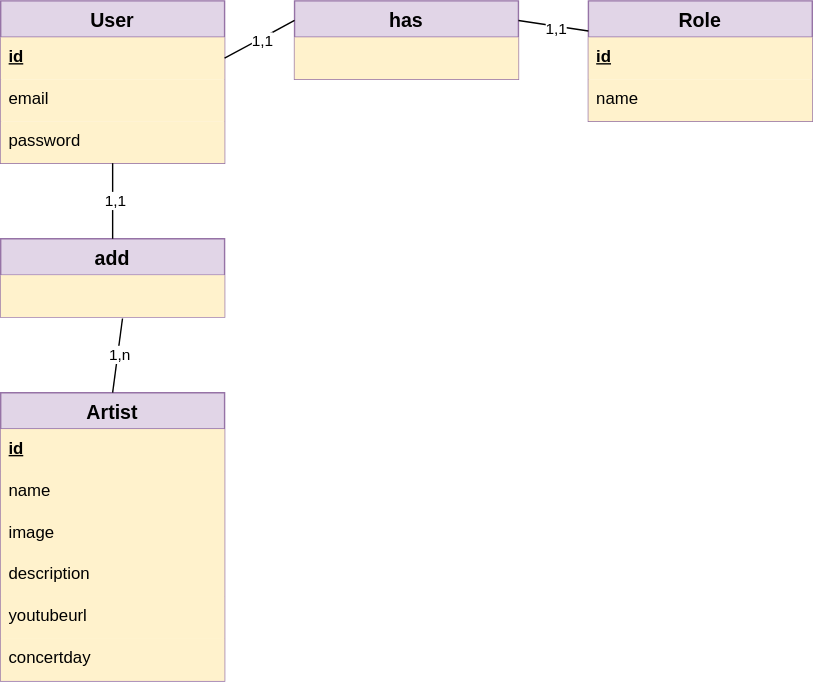
This is code/merise/MCD.drawio.svg from AwadAhmedDev/solidays_app, a draw.io export, as it was before one commit. Source tidied: cells renumbered, new cells last; positions are measured from the earlier drawing's top-left corner, leaving out a move shared by most shapes. The source it was exported from:
```xml
<mxGraphModel>
  <root>
    <mxCell id="0" />
    <mxCell id="1" parent="0" />
    <mxCell id="2" value="User" style="swimlane;fontStyle=1;horizontal=1;startSize=26;align=center;fontSize=14;fillColor=#e1d5e7;strokeColor=#9673a6;" parent="1" vertex="1">
      <mxGeometry width="160" height="116" as="geometry" />
    </mxCell>
    <mxCell id="3" value="&lt;b&gt;&lt;u&gt;id&lt;/u&gt;&lt;/b&gt;" style="text;strokeColor=none;fillColor=#fff2cc;spacingLeft=4;spacingRight=4;overflow=hidden;points=[[0,0.5],[1,0.5]];portConstraint=eastwest;fontSize=12;whiteSpace=wrap;html=1;" parent="2" vertex="1">
      <mxGeometry y="26" width="160" height="30" as="geometry" />
    </mxCell>
    <mxCell id="4" value="email" style="text;strokeColor=none;fillColor=#fff2cc;spacingLeft=4;spacingRight=4;overflow=hidden;fontSize=12;whiteSpace=wrap;html=1;" parent="2" vertex="1">
      <mxGeometry y="56" width="160" height="30" as="geometry" />
    </mxCell>
    <mxCell id="5" value="password" style="text;strokeColor=none;fillColor=#fff2cc;spacingLeft=4;spacingRight=4;overflow=hidden;fontSize=12;whiteSpace=wrap;html=1;" parent="2" vertex="1">
      <mxGeometry y="86" width="160" height="30" as="geometry" />
    </mxCell>
    <mxCell id="6" value="has" style="swimlane;fontStyle=1;horizontal=1;startSize=26;align=center;fontSize=14;fillColor=#e1d5e7;strokeColor=#9673a6;" parent="1" vertex="1">
      <mxGeometry x="210" width="160" height="56" as="geometry" />
    </mxCell>
    <mxCell id="7" style="text;strokeColor=none;fillColor=#fff2cc;spacingLeft=4;spacingRight=4;overflow=hidden;fontSize=12;whiteSpace=wrap;html=1;" parent="6" vertex="1">
      <mxGeometry y="26" width="160" height="30" as="geometry" />
    </mxCell>
    <mxCell id="8" value="Role" style="swimlane;fontStyle=1;horizontal=1;startSize=26;align=center;fontSize=14;fillColor=#e1d5e7;strokeColor=#9673a6;" parent="1" vertex="1">
      <mxGeometry x="420" width="160" height="86" as="geometry" />
    </mxCell>
    <mxCell id="9" value="&lt;b&gt;&lt;u&gt;id&lt;/u&gt;&lt;/b&gt;" style="text;strokeColor=none;fillColor=#fff2cc;spacingLeft=4;spacingRight=4;overflow=hidden;fontSize=12;whiteSpace=wrap;html=1;" parent="8" vertex="1">
      <mxGeometry y="26" width="160" height="30" as="geometry" />
    </mxCell>
    <mxCell id="10" value="name" style="text;strokeColor=none;fillColor=#fff2cc;spacingLeft=4;spacingRight=4;overflow=hidden;fontSize=12;whiteSpace=wrap;html=1;" parent="8" vertex="1">
      <mxGeometry y="56" width="160" height="30" as="geometry" />
    </mxCell>
    <mxCell id="11" style="endArrow=none;html=1;rounded=0;entryX=0;entryY=0.25;entryDx=0;entryDy=0;exitX=1;exitY=0.5;exitDx=0;exitDy=0;" parent="1" edge="1" source="3" target="6">
      <mxGeometry relative="1" as="geometry" />
    </mxCell>
    <mxCell id="12" style="html=1;whiteSpace=wrap;align=right;verticalAlign=bottom;" parent="11" vertex="1">
      <mxGeometry x="1" relative="1" as="geometry" />
    </mxCell>
    <mxCell id="13" value="1,1" style="edgeLabel;html=1;align=center;verticalAlign=middle;" parent="11" vertex="1">
      <mxGeometry x="0.04" y="-1" relative="1" as="geometry" />
    </mxCell>
    <mxCell id="14" style="endArrow=none;html=1;rounded=0;entryX=0;entryY=0.25;entryDx=0;entryDy=0;exitX=1;exitY=0.25;exitDx=0;exitDy=0;" parent="1" edge="1" source="6" target="8">
      <mxGeometry relative="1" as="geometry" />
    </mxCell>
    <mxCell id="15" style="html=1;whiteSpace=wrap;align=right;verticalAlign=bottom;" parent="14" vertex="1">
      <mxGeometry x="1" relative="1" as="geometry" />
    </mxCell>
    <mxCell id="16" value="1,1" style="edgeLabel;html=1;align=center;verticalAlign=middle;" parent="14" vertex="1">
      <mxGeometry x="0.04" y="-1" relative="1" as="geometry" />
    </mxCell>
    <mxCell id="17" value="Artist" style="swimlane;fontStyle=1;horizontal=1;startSize=26;align=center;fontSize=14;fillColor=#e1d5e7;strokeColor=#9673a6;" parent="1" vertex="1">
      <mxGeometry y="280" width="160" height="206" as="geometry" />
    </mxCell>
    <mxCell id="18" value="&lt;b&gt;&lt;u&gt;id&lt;/u&gt;&lt;/b&gt;" style="text;strokeColor=none;fillColor=#fff2cc;spacingLeft=4;spacingRight=4;overflow=hidden;fontSize=12;whiteSpace=wrap;html=1;" parent="17" vertex="1">
      <mxGeometry y="26" width="160" height="30" as="geometry" />
    </mxCell>
    <mxCell id="19" value="name" style="text;strokeColor=none;fillColor=#fff2cc;spacingLeft=4;spacingRight=4;overflow=hidden;fontSize=12;whiteSpace=wrap;html=1;" parent="17" vertex="1">
      <mxGeometry y="56" width="160" height="30" as="geometry" />
    </mxCell>
    <mxCell id="20" value="image" style="text;strokeColor=none;fillColor=#fff2cc;spacingLeft=4;spacingRight=4;overflow=hidden;fontSize=12;whiteSpace=wrap;html=1;" parent="17" vertex="1">
      <mxGeometry y="86" width="160" height="30" as="geometry" />
    </mxCell>
    <mxCell id="21" value="description" style="text;strokeColor=none;fillColor=#fff2cc;spacingLeft=4;spacingRight=4;overflow=hidden;fontSize=12;whiteSpace=wrap;html=1;" parent="17" vertex="1">
      <mxGeometry y="116" width="160" height="30" as="geometry" />
    </mxCell>
    <mxCell id="22" value="youtubeurl" style="text;strokeColor=none;fillColor=#fff2cc;spacingLeft=4;spacingRight=4;overflow=hidden;fontSize=12;whiteSpace=wrap;html=1;" parent="17" vertex="1">
      <mxGeometry y="146" width="160" height="30" as="geometry" />
    </mxCell>
    <mxCell id="23" value="concertday" style="text;strokeColor=none;fillColor=#fff2cc;spacingLeft=4;spacingRight=4;overflow=hidden;fontSize=12;whiteSpace=wrap;html=1;" parent="17" vertex="1">
      <mxGeometry y="176" width="160" height="30" as="geometry" />
    </mxCell>
    <mxCell id="24" value="add" style="swimlane;fontStyle=1;horizontal=1;startSize=26;align=center;fontSize=14;fillColor=#e1d5e7;strokeColor=#9673a6;" parent="1" vertex="1">
      <mxGeometry y="170" width="160" height="56" as="geometry" />
    </mxCell>
    <mxCell id="25" style="text;strokeColor=none;fillColor=#fff2cc;spacingLeft=4;spacingRight=4;overflow=hidden;points=[[0,0.5],[1,0.5]];portConstraint=eastwest;fontSize=12;whiteSpace=wrap;html=1;" parent="24" vertex="1">
      <mxGeometry y="26" width="160" height="30" as="geometry" />
    </mxCell>
    <mxCell id="26" style="endArrow=none;html=1;rounded=0;exitX=0.5;exitY=0;exitDx=0;exitDy=0;entryX=0.5;entryY=1;entryDx=0;entryDy=0;" parent="1" edge="1" source="24" target="2">
      <mxGeometry relative="1" as="geometry" />
    </mxCell>
    <mxCell id="27" style="html=1;whiteSpace=wrap;align=right;verticalAlign=bottom;" parent="26" vertex="1">
      <mxGeometry x="1" relative="1" as="geometry" />
    </mxCell>
    <mxCell id="28" value="1,1" style="edgeLabel;html=1;align=center;verticalAlign=middle;" parent="26" vertex="1">
      <mxGeometry x="0.04" y="-1" relative="1" as="geometry" />
    </mxCell>
    <mxCell id="29" style="endArrow=none;html=1;rounded=0;exitX=0.5;exitY=0;exitDx=0;exitDy=0;entryX=0.544;entryY=1.033;entryDx=0;entryDy=0;entryPerimeter=0;" parent="1" edge="1" source="17" target="25">
      <mxGeometry relative="1" as="geometry" />
    </mxCell>
    <mxCell id="30" style="html=1;whiteSpace=wrap;align=right;verticalAlign=bottom;" parent="29" vertex="1">
      <mxGeometry x="1" relative="1" as="geometry" />
    </mxCell>
    <mxCell id="31" value="1,n" style="edgeLabel;html=1;align=center;verticalAlign=middle;" parent="29" vertex="1">
      <mxGeometry x="0.04" y="-1" relative="1" as="geometry" />
    </mxCell>
  </root>
</mxGraphModel>
```
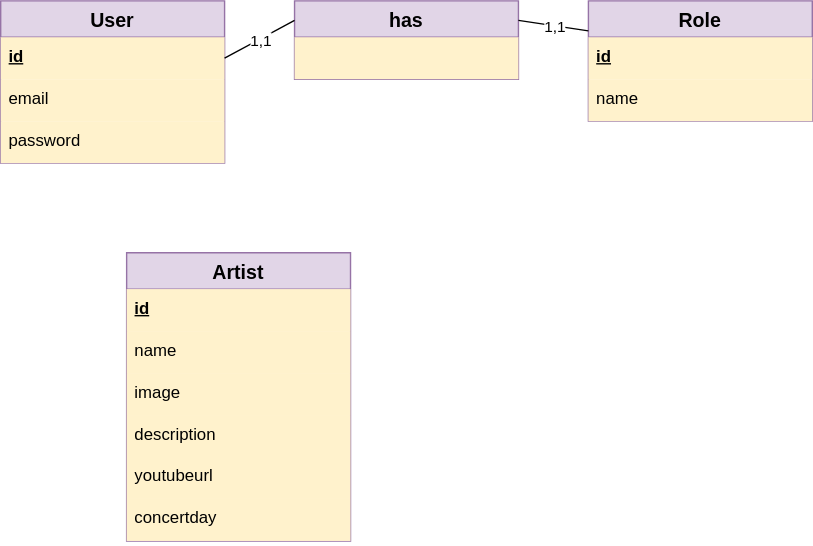
Later version of the same file.

The edit, as a diff of the source:
```diff
@@ -48,7 +48,7 @@
       <mxGeometry x="0.04" y="-1" relative="1" as="geometry" />
     </mxCell>
     <mxCell id="17" value="Artist" style="swimlane;fontStyle=1;horizontal=1;startSize=26;align=center;fontSize=14;fillColor=#e1d5e7;strokeColor=#9673a6;" parent="1" vertex="1">
-      <mxGeometry y="280" width="160" height="206" as="geometry" />
+      <mxGeometry x="90" y="180" width="160" height="206" as="geometry" />
     </mxCell>
     <mxCell id="18" value="&lt;b&gt;&lt;u&gt;id&lt;/u&gt;&lt;/b&gt;" style="text;strokeColor=none;fillColor=#fff2cc;spacingLeft=4;spacingRight=4;overflow=hidden;fontSize=12;whiteSpace=wrap;html=1;" parent="17" vertex="1">
       <mxGeometry y="26" width="160" height="30" as="geometry" />
@@ -68,29 +68,5 @@
     <mxCell id="23" value="concertday" style="text;strokeColor=none;fillColor=#fff2cc;spacingLeft=4;spacingRight=4;overflow=hidden;fontSize=12;whiteSpace=wrap;html=1;" parent="17" vertex="1">
       <mxGeometry y="176" width="160" height="30" as="geometry" />
     </mxCell>
-    <mxCell id="24" value="add" style="swimlane;fontStyle=1;horizontal=1;startSize=26;align=center;fontSize=14;fillColor=#e1d5e7;strokeColor=#9673a6;" parent="1" vertex="1">
-      <mxGeometry y="170" width="160" height="56" as="geometry" />
-    </mxCell>
-    <mxCell id="25" style="text;strokeColor=none;fillColor=#fff2cc;spacingLeft=4;spacingRight=4;overflow=hidden;points=[[0,0.5],[1,0.5]];portConstraint=eastwest;fontSize=12;whiteSpace=wrap;html=1;" parent="24" vertex="1">
-      <mxGeometry y="26" width="160" height="30" as="geometry" />
-    </mxCell>
-    <mxCell id="26" style="endArrow=none;html=1;rounded=0;exitX=0.5;exitY=0;exitDx=0;exitDy=0;entryX=0.5;entryY=1;entryDx=0;entryDy=0;" parent="1" edge="1" source="24" target="2">
-      <mxGeometry relative="1" as="geometry" />
-    </mxCell>
-    <mxCell id="27" style="html=1;whiteSpace=wrap;align=right;verticalAlign=bottom;" parent="26" vertex="1">
-      <mxGeometry x="1" relative="1" as="geometry" />
-    </mxCell>
-    <mxCell id="28" value="1,1" style="edgeLabel;html=1;align=center;verticalAlign=middle;" parent="26" vertex="1">
-      <mxGeometry x="0.04" y="-1" relative="1" as="geometry" />
-    </mxCell>
-    <mxCell id="29" style="endArrow=none;html=1;rounded=0;exitX=0.5;exitY=0;exitDx=0;exitDy=0;entryX=0.544;entryY=1.033;entryDx=0;entryDy=0;entryPerimeter=0;" parent="1" edge="1" source="17" target="25">
-      <mxGeometry relative="1" as="geometry" />
-    </mxCell>
-    <mxCell id="30" style="html=1;whiteSpace=wrap;align=right;verticalAlign=bottom;" parent="29" vertex="1">
-      <mxGeometry x="1" relative="1" as="geometry" />
-    </mxCell>
-    <mxCell id="31" value="1,n" style="edgeLabel;html=1;align=center;verticalAlign=middle;" parent="29" vertex="1">
-      <mxGeometry x="0.04" y="-1" relative="1" as="geometry" />
-    </mxCell>
   </root>
 </mxGraphModel>
```
